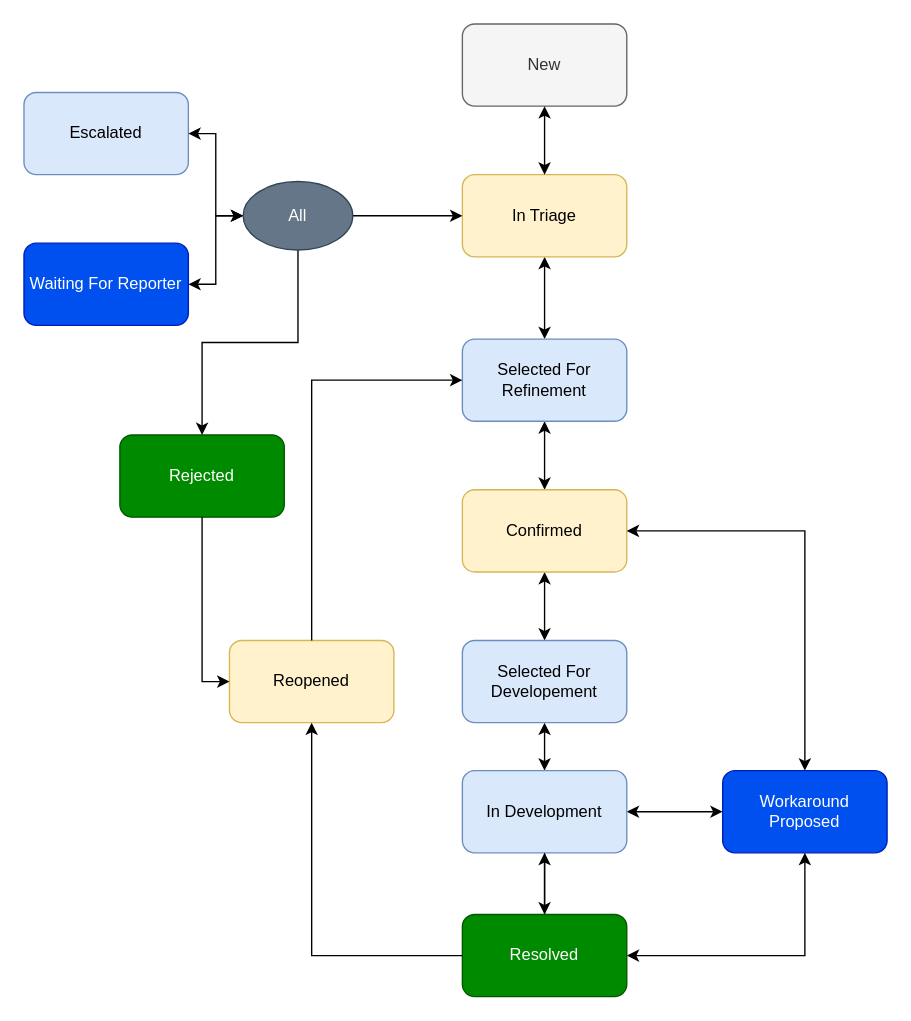
Earlier version of the draw.io diagram Workflows/JIRA/JIRA-Bug-Flow.drawio (MKlimuszka/project-management). Source tidied: cells renumbered, new cells numbered last; positions are measured from the earlier drawing's top-left corner, leaving out a move shared by most shapes. Both pictures are drawn from the tidied source at 137%, with x=0, y=0 at pixel (23, 23).
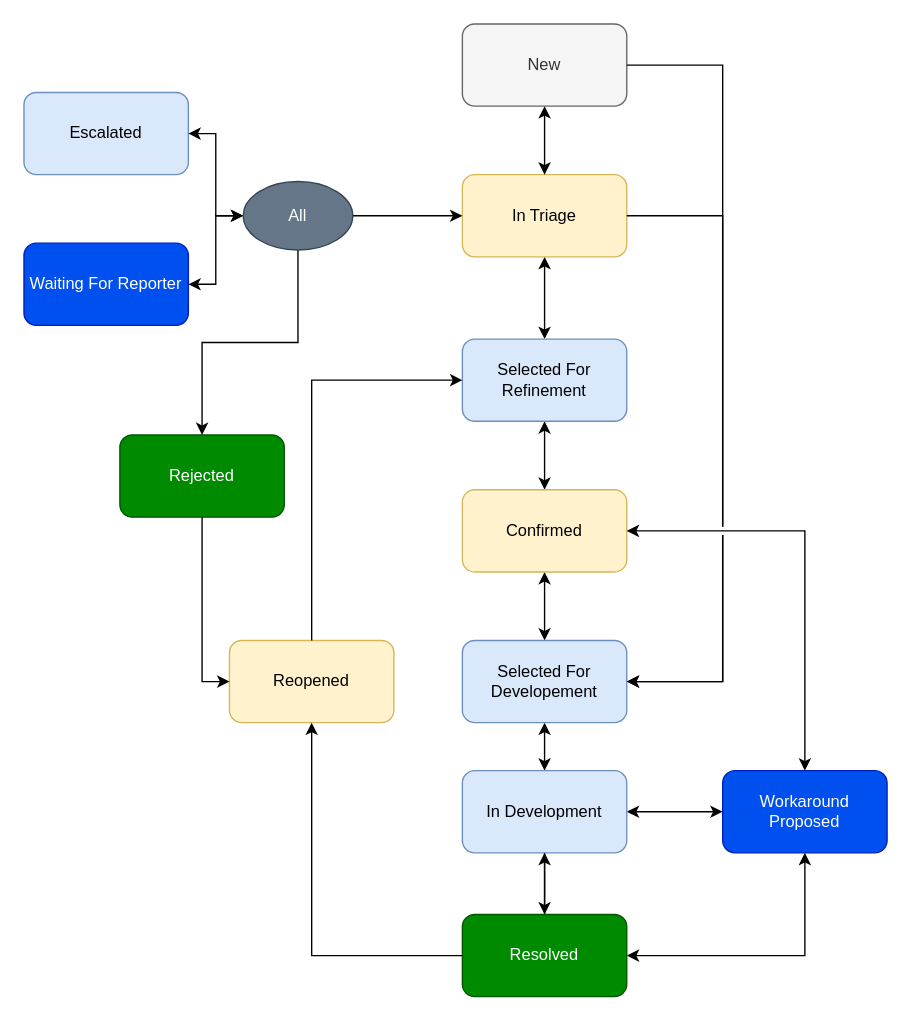
After the change.

The change refers to these unchanged cells:
```xml
<mxCell id="2" value="New" style="rounded=1;whiteSpace=wrap;html=1;fillColor=#f5f5f5;fontColor=#333333;strokeColor=#666666;" parent="1" vertex="1">
  <mxGeometry x="320" width="120" height="60" as="geometry" />
</mxCell>
<mxCell id="5" value="In Triage" style="rounded=1;whiteSpace=wrap;html=1;fillColor=#fff2cc;strokeColor=#d6b656;" parent="1" vertex="1">
  <mxGeometry x="320" y="110" width="120" height="60" as="geometry" />
</mxCell>
<mxCell id="11" value="Selected For Developement" style="rounded=1;whiteSpace=wrap;html=1;fillColor=#dae8fc;strokeColor=#6c8ebf;" parent="1" vertex="1">
  <mxGeometry x="320" y="450" width="120" height="60" as="geometry" />
</mxCell>
```

Diff of the diagram source:
```diff
@@
+    <mxCell id="32" style="endArrow=none;startArrow=classic;html=1;rounded=0;entryX=1;entryY=0.5;entryDx=0;entryDy=0;exitX=1;exitY=0.5;exitDx=0;exitDy=0;edgeStyle=elbowEdgeStyle;jumpStyle=gap;startFill=1;endFill=0;" parent="1" edge="1" source="11" target="2">
+      <mxGeometry relative="1" as="geometry">
+        <Array as="points">
+          <mxPoint x="510" y="260" />
+        </Array>
+      </mxGeometry>
+    </mxCell>
+    <mxCell id="33" style="endArrow=classic;html=1;rounded=0;exitX=1;exitY=0.5;exitDx=0;exitDy=0;entryX=1;entryY=0.5;entryDx=0;entryDy=0;edgeStyle=elbowEdgeStyle;jumpStyle=gap;" parent="1" edge="1" source="5" target="11">
+      <mxGeometry relative="1" as="geometry">
+        <Array as="points">
+          <mxPoint x="510" y="310" />
+        </Array>
+      </mxGeometry>
+    </mxCell>
```
